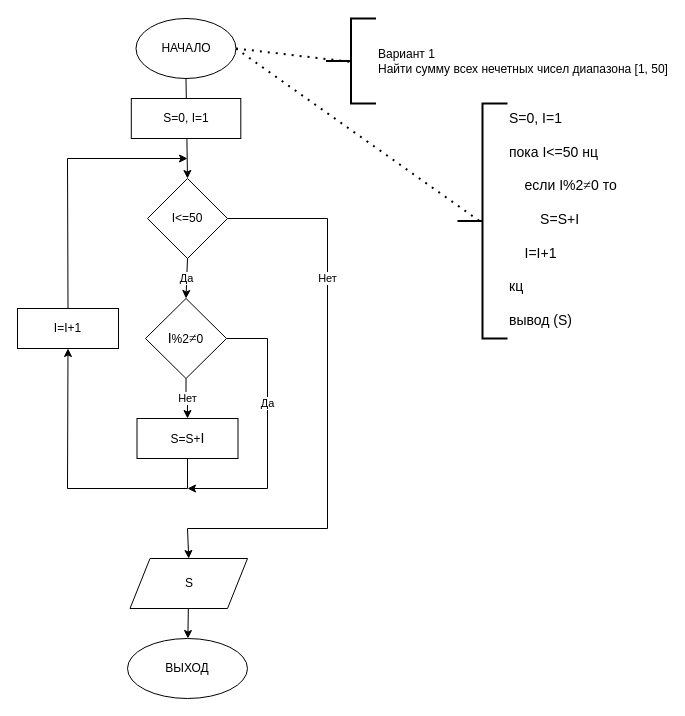
This is Task_02_01.drawio from paweltaranov/Pawel_Taranov_Zadanie_01, a draw.io file, before an edit. Source tidied: cells renumbered, new cells numbered last; positions are measured from the earlier drawing's top-left corner, leaving out a move shared by most shapes. Both pictures are drawn from the tidied source at 100%, with x=0, y=0 at pixel (17, 18).
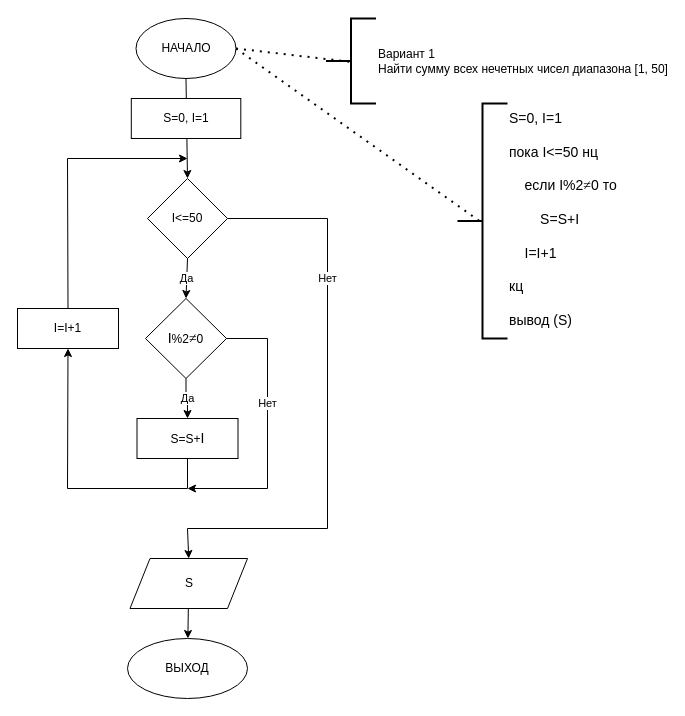
The same diagram, later.

Unchanged cells that the change refers to:
```xml
<mxCell id="6" value="&lt;span style=&quot;font-size: 14px ; text-align: left&quot;&gt;I&lt;/span&gt;%2&lt;span style=&quot;line-height: 115% ; font-family: &amp;#34;times new roman&amp;#34; , &amp;#34;serif&amp;#34;&quot;&gt;&lt;font style=&quot;font-size: 14px&quot;&gt;≠&lt;/font&gt;&lt;/span&gt;0" style="rhombus;whiteSpace=wrap;html=1;" parent="1" vertex="1">
  <mxGeometry x="128" y="280" width="81" height="80" as="geometry" />
</mxCell>
<mxCell id="15" value="S=S+&lt;span style=&quot;font-size: 14px ; text-align: left&quot;&gt;I&lt;/span&gt;" style="whiteSpace=wrap;html=1;" parent="1" vertex="1">
  <mxGeometry x="119.5" y="400" width="101" height="40" as="geometry" />
</mxCell>
```

Change to the diagram source:
```diff
@@
-    <mxCell id="4" value="Да" style="edgeStyle=none;rounded=0;jettySize=auto;html=1;exitX=1;exitY=0.5;exitDx=0;exitDy=0;" parent="1" edge="1" source="6">
+    <mxCell id="4" value="Нет" style="edgeStyle=none;rounded=0;jettySize=auto;html=1;exitX=1;exitY=0.5;exitDx=0;exitDy=0;" parent="1" edge="1" source="6">
       <mxGeometry x="-0.22" relative="1" as="geometry">
         <mxPoint x="170" y="470" as="targetPoint" />
         <Array as="points">
           <mxPoint x="250" y="320" />
           <mxPoint x="250" y="470" />
         </Array>
       </mxGeometry>
     </mxCell>
-    <mxCell id="5" value="Нет" style="edgeStyle=orthogonalEdgeStyle;rounded=0;jettySize=auto;html=1;" parent="1" edge="1" source="6" target="15">
+    <mxCell id="5" value="Да" style="edgeStyle=orthogonalEdgeStyle;rounded=0;jettySize=auto;html=1;" parent="1" edge="1" source="6" target="15">
       <mxGeometry relative="1" as="geometry" />
     </mxCell>
```
